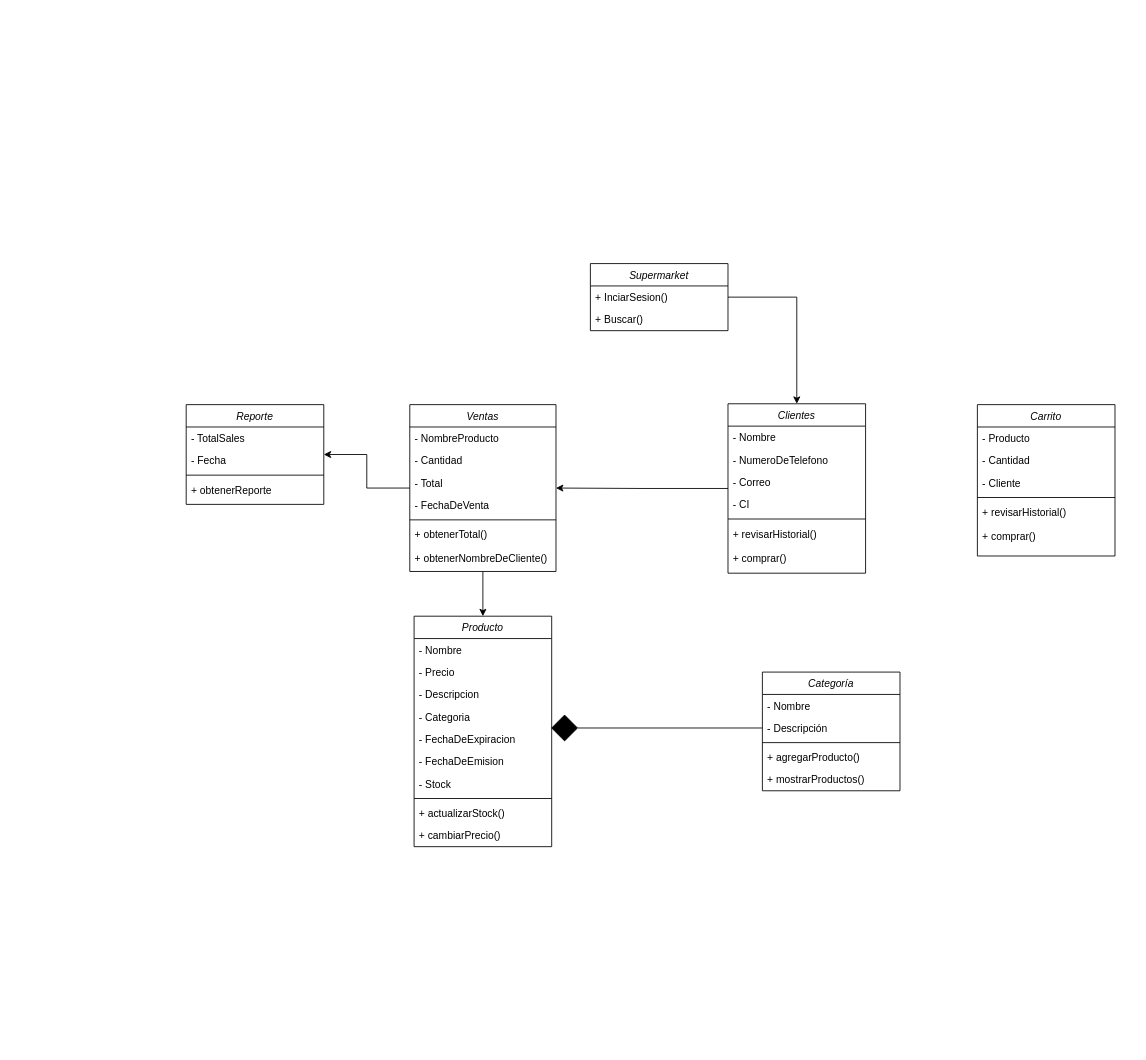
JorgeMartinezSanchez/Progra_II keeps this draw.io diagram as Diagrama sin título.drawio. Above is the earlier version. Source tidied: cells renumbered, new cells numbered last; positions are measured from the earlier drawing's top-left corner, leaving out a move shared by most shapes. Both pictures are drawn from the tidied source at 86%, with x=0, y=0 at pixel (186, 263).
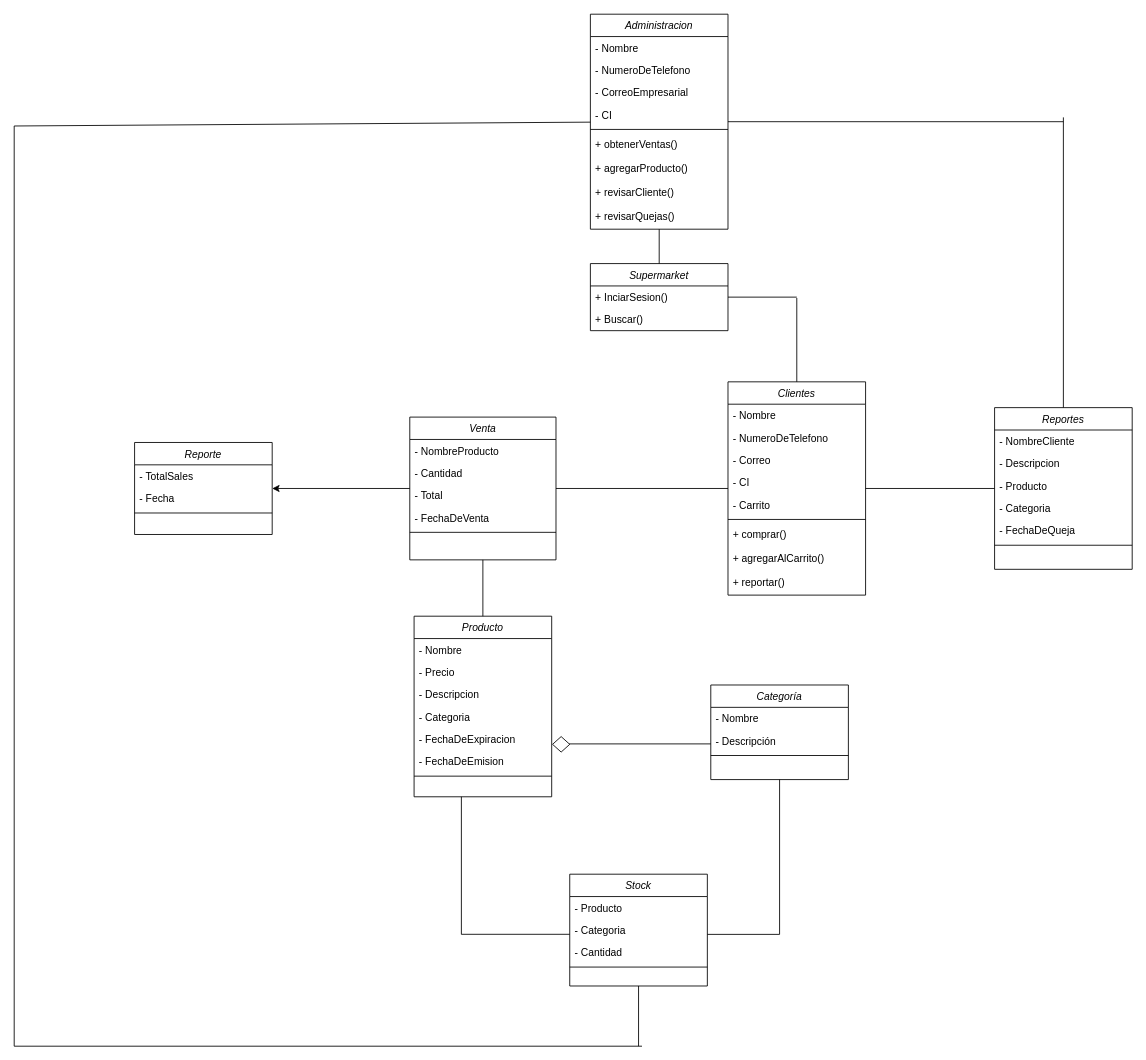
After the change.

The change refers to these unchanged cells:
```xml
<mxCell id="15" value="- Descripción" style="text;align=left;verticalAlign=top;spacingLeft=4;spacingRight=4;overflow=hidden;points=[[0,0.5],[1,0.5]];portConstraint=eastwest;" parent="13" vertex="1">
  <mxGeometry y="52" width="160" height="26" as="geometry" />
</mxCell>
<mxCell id="19" value="Supermarket" style="swimlane;fontStyle=2;align=center;verticalAlign=top;horizontal=1;startSize=26;rounded=0;shadow=0;strokeWidth=1;" parent="1" vertex="1">
  <mxGeometry x="470" width="160" height="78" as="geometry" />
</mxCell>
<mxCell id="20" value="+ InciarSesion()" style="text;align=left;verticalAlign=top;spacingLeft=4;spacingRight=4;overflow=hidden;points=[[0,0.5],[1,0.5]];portConstraint=eastwest;" parent="19" vertex="1">
  <mxGeometry y="26" width="160" height="26" as="geometry" />
</mxCell>
```

Diff of the diagram source:
```diff
@@
     <mxCell id="2" value="Producto" style="swimlane;fontStyle=2;align=center;verticalAlign=top;horizontal=1;startSize=26;rounded=0;shadow=0;strokeWidth=1;" parent="1" vertex="1">
-      <mxGeometry x="265" y="410" width="160" height="268" as="geometry" />
+      <mxGeometry x="265" y="410" width="160" height="210" as="geometry" />
     </mxCell>
@@
-    <mxCell id="9" value="- Stock" style="text;align=left;verticalAlign=top;spacingLeft=4;spacingRight=4;overflow=hidden;" parent="2" vertex="1">
-      <mxGeometry y="182" width="160" height="26" as="geometry" />
-    </mxCell>
     <mxCell id="10" style="line;html=1;strokeWidth=1;align=left;verticalAlign=middle;spacingTop=-1;spacingLeft=3;spacingRight=3;labelPosition=right;" parent="2" vertex="1">
-      <mxGeometry y="208" width="160" height="8" as="geometry" />
+      <mxGeometry y="182" width="160" height="8" as="geometry" />
     </mxCell>
-    <mxCell id="11" value="+ actualizarStock()" style="text;align=left;verticalAlign=top;spacingLeft=4;spacingRight=4;overflow=hidden;" parent="2" vertex="1">
-      <mxGeometry y="216" width="160" height="26" as="geometry" />
-    </mxCell>
-    <mxCell id="12" value="+ cambiarPrecio()" style="text;align=left;verticalAlign=top;spacingLeft=4;spacingRight=4;overflow=hidden;" parent="2" vertex="1">
-      <mxGeometry y="242" width="160" height="26" as="geometry" />
-    </mxCell>
     <mxCell id="13" value="Categoría" style="swimlane;fontStyle=2;align=center;verticalAlign=top;horizontal=1;startSize=26;rounded=0;shadow=0;strokeWidth=1;" parent="1" vertex="1">
-      <mxGeometry x="670" y="475" width="160" height="138" as="geometry" />
+      <mxGeometry x="610" y="490" width="160" height="110" as="geometry" />
     </mxCell>
@@
-    <mxCell id="17" value="+ agregarProducto()" style="text;align=left;verticalAlign=top;spacingLeft=4;spacingRight=4;overflow=hidden;" parent="13" vertex="1">
-      <mxGeometry y="86" width="160" height="26" as="geometry" />
-    </mxCell>
-    <mxCell id="18" value="+ mostrarProductos()" style="text;align=left;verticalAlign=top;spacingLeft=4;spacingRight=4;overflow=hidden;" parent="13" vertex="1">
-      <mxGeometry y="112" width="160" height="26" as="geometry" />
-    </mxCell>
@@
-    <mxCell id="22" style="edgeStyle=orthogonalEdgeStyle;rounded=0;jettySize=auto;html=1;" parent="1" edge="1" source="23" target="33">
-      <mxGeometry relative="1" as="geometry" />
-    </mxCell>
     <mxCell id="23" value="Clientes" style="swimlane;fontStyle=2;align=center;verticalAlign=top;horizontal=1;startSize=26;rounded=0;shadow=0;strokeWidth=1;" parent="1" vertex="1">
-      <mxGeometry x="630" y="163" width="160" height="197" as="geometry" />
+      <mxGeometry x="630" y="137.5" width="160" height="248" as="geometry" />
     </mxCell>
@@
+    <mxCell id="56" value="- Carrito" style="text;align=left;verticalAlign=top;spacingLeft=4;spacingRight=4;overflow=hidden;rounded=0;shadow=0;html=0;" parent="23" vertex="1">
+      <mxGeometry y="130" width="160" height="26" as="geometry" />
+    </mxCell>
     <mxCell id="28" style="line;html=1;strokeWidth=1;align=left;verticalAlign=middle;spacingTop=-1;spacingLeft=3;spacingRight=3;labelPosition=right;" parent="23" vertex="1">
-      <mxGeometry y="130" width="160" height="8" as="geometry" />
+      <mxGeometry y="156" width="160" height="8" as="geometry" />
     </mxCell>
-    <mxCell id="29" value="+ revisarHistorial()" style="text;align=left;verticalAlign=top;spacingLeft=4;spacingRight=4;overflow=hidden;" parent="23" vertex="1">
-      <mxGeometry y="138" width="160" height="28" as="geometry" />
-    </mxCell>
     <mxCell id="30" value="+ comprar()" style="text;align=left;verticalAlign=top;spacingLeft=4;spacingRight=4;overflow=hidden;" parent="23" vertex="1">
-      <mxGeometry y="166" width="160" height="28" as="geometry" />
+      <mxGeometry y="164" width="160" height="28" as="geometry" />
     </mxCell>
-    <mxCell id="31" style="edgeStyle=orthogonalEdgeStyle;rounded=0;jettySize=auto;html=1;" parent="1" edge="1" source="33" target="2">
-      <mxGeometry relative="1" as="geometry" />
-    </mxCell>
+    <mxCell id="57" value="+ agregarAlCarrito()" style="text;align=left;verticalAlign=top;spacingLeft=4;spacingRight=4;overflow=hidden;" parent="23" vertex="1">
+      <mxGeometry y="192" width="160" height="28" as="geometry" />
+    </mxCell>
+    <mxCell id="58" value="+ reportar()" style="text;align=left;verticalAlign=top;spacingLeft=4;spacingRight=4;overflow=hidden;" parent="23" vertex="1">
+      <mxGeometry y="220" width="160" height="28" as="geometry" />
+    </mxCell>
@@
-    <mxCell id="33" value="Ventas" style="swimlane;fontStyle=2;align=center;verticalAlign=top;horizontal=1;startSize=26;rounded=0;shadow=0;strokeWidth=1;" parent="1" vertex="1">
-      <mxGeometry x="260" y="164" width="170" height="194" as="geometry" />
+    <mxCell id="33" value="Venta" style="swimlane;fontStyle=2;align=center;verticalAlign=top;horizontal=1;startSize=26;rounded=0;shadow=0;strokeWidth=1;" parent="1" vertex="1">
+      <mxGeometry x="260" y="178.5" width="170" height="166" as="geometry" />
     </mxCell>
@@
-    <mxCell id="39" value="+ obtenerTotal()" style="text;align=left;verticalAlign=top;spacingLeft=4;spacingRight=4;overflow=hidden;" parent="33" vertex="1">
-      <mxGeometry y="138" width="170" height="28" as="geometry" />
-    </mxCell>
-    <mxCell id="40" value="+ obtenerNombreDeCliente()" style="text;align=left;verticalAlign=top;spacingLeft=4;spacingRight=4;overflow=hidden;" parent="33" vertex="1">
-      <mxGeometry y="166" width="170" height="28" as="geometry" />
-    </mxCell>
     <mxCell id="41" value="Reporte" style="swimlane;fontStyle=2;align=center;verticalAlign=top;horizontal=1;startSize=26;rounded=0;shadow=0;strokeWidth=1;" parent="1" vertex="1">
-      <mxGeometry y="164" width="160" height="116" as="geometry" />
+      <mxGeometry x="-60" y="208" width="160" height="107" as="geometry" />
     </mxCell>
@@
-    <mxCell id="45" value="+ obtenerReporte" style="text;align=left;verticalAlign=top;spacingLeft=4;spacingRight=4;overflow=hidden;" parent="41" vertex="1">
-      <mxGeometry y="86" width="160" height="28" as="geometry" />
-    </mxCell>
-    <mxCell id="46" style="edgeStyle=orthogonalEdgeStyle;rounded=0;jettySize=auto;html=1;" parent="1" edge="1" source="20" target="23">
-      <mxGeometry relative="1" as="geometry" />
-    </mxCell>
-    <mxCell id="47" style="rhombus;whiteSpace=wrap;html=1;fillStyle=solid;strokeColor=#000000;fontColor=#000000;gradientColor=none;gradientDirection=radial;fillColor=light-dark(#000000,#EDEDED);" parent="1" vertex="1">
-      <mxGeometry x="425" y="525" width="30" height="30" as="geometry" />
-    </mxCell>
-    <mxCell id="48" style="edgeStyle=orthogonalEdgeStyle;rounded=0;jettySize=auto;html=1;entryX=1;entryY=0.5;entryDx=0;entryDy=0;endArrow=none;" parent="1" edge="1" source="15" target="47">
-      <mxGeometry relative="1" as="geometry" />
-    </mxCell>
-    <mxCell id="49" value="Carrito" style="swimlane;fontStyle=2;align=center;verticalAlign=top;horizontal=1;startSize=26;rounded=0;shadow=0;strokeWidth=1;" parent="1" vertex="1">
-      <mxGeometry x="920" y="164" width="160" height="176" as="geometry" />
-    </mxCell>
+    <mxCell id="59" style="endArrow=none;html=1;rounded=0;" parent="1" edge="1" source="33" target="23">
+      <mxGeometry relative="1" as="geometry" />
+    </mxCell>
+    <mxCell id="60" style="endArrow=none;html=1;rounded=0;" parent="1" edge="1" source="19">
+      <mxGeometry relative="1" as="geometry">
+        <mxPoint x="710" y="39" as="targetPoint" />
+      </mxGeometry>
+    </mxCell>
+    <mxCell id="61" style="endArrow=none;html=1;rounded=0;" parent="1" edge="1" source="23">
+      <mxGeometry relative="1" as="geometry">
+        <mxPoint x="710" y="40" as="targetPoint" />
+      </mxGeometry>
+    </mxCell>
+    <mxCell id="62" style="endArrow=none;html=1;rounded=0;exitX=1;exitY=0.5;exitDx=0;exitDy=0;" parent="1" edge="1">
+      <mxGeometry relative="1" as="geometry">
+        <mxPoint x="445" y="558.5" as="sourcePoint" />
+        <mxPoint x="610" y="558.5" as="targetPoint" />
+      </mxGeometry>
+    </mxCell>
+    <mxCell id="63" style="rhombus;whiteSpace=wrap;html=1;fillColor=light-dark(#ffffff, #ededed);" parent="1" vertex="1">
+      <mxGeometry x="426" y="550" width="20" height="18" as="geometry" />
+    </mxCell>
+    <mxCell id="64" style="endArrow=none;html=1;rounded=0;exitX=0.5;exitY=0;exitDx=0;exitDy=0;" parent="1" edge="1" source="2" target="33">
+      <mxGeometry relative="1" as="geometry" />
+    </mxCell>
+    <mxCell id="65" value="Administracion" style="swimlane;fontStyle=2;align=center;verticalAlign=top;horizontal=1;startSize=26;rounded=0;shadow=0;strokeWidth=1;" parent="1" vertex="1">
+      <mxGeometry x="470" y="-290" width="160" height="250" as="geometry" />
+    </mxCell>
+    <mxCell id="66" value="- Nombre" style="text;align=left;verticalAlign=top;spacingLeft=4;spacingRight=4;overflow=hidden;" parent="65" vertex="1">
+      <mxGeometry y="26" width="160" height="26" as="geometry" />
+    </mxCell>
+    <mxCell id="67" value="- NumeroDeTelefono" style="text;align=left;verticalAlign=top;spacingLeft=4;spacingRight=4;overflow=hidden;rounded=0;shadow=0;html=0;" parent="65" vertex="1">
+      <mxGeometry y="52" width="160" height="26" as="geometry" />
+    </mxCell>
+    <mxCell id="68" value="- CorreoEmpresarial" style="text;align=left;verticalAlign=top;spacingLeft=4;spacingRight=4;overflow=hidden;rounded=0;shadow=0;html=0;" parent="65" vertex="1">
+      <mxGeometry y="78" width="160" height="26" as="geometry" />
+    </mxCell>
+    <mxCell id="69" value="- CI" style="text;align=left;verticalAlign=top;spacingLeft=4;spacingRight=4;overflow=hidden;rounded=0;shadow=0;html=0;" parent="65" vertex="1">
+      <mxGeometry y="104" width="160" height="26" as="geometry" />
+    </mxCell>
+    <mxCell id="70" style="line;html=1;strokeWidth=1;align=left;verticalAlign=middle;spacingTop=-1;spacingLeft=3;spacingRight=3;labelPosition=right;" parent="65" vertex="1">
+      <mxGeometry y="130" width="160" height="8" as="geometry" />
+    </mxCell>
+    <mxCell id="71" value="+ obtenerVentas()" style="text;align=left;verticalAlign=top;spacingLeft=4;spacingRight=4;overflow=hidden;" parent="65" vertex="1">
+      <mxGeometry y="138" width="160" height="28" as="geometry" />
+    </mxCell>
+    <mxCell id="17" value="+ agregarProducto()" style="text;align=left;verticalAlign=top;spacingLeft=4;spacingRight=4;overflow=hidden;" parent="65" vertex="1">
+      <mxGeometry y="166" width="160" height="28" as="geometry" />
+    </mxCell>
+    <mxCell id="72" value="+ revisarCliente()" style="text;align=left;verticalAlign=top;spacingLeft=4;spacingRight=4;overflow=hidden;" parent="65" vertex="1">
+      <mxGeometry y="194" width="160" height="28" as="geometry" />
+    </mxCell>
+    <mxCell id="73" value="+ revisarQuejas()" style="text;align=left;verticalAlign=top;spacingLeft=4;spacingRight=4;overflow=hidden;" parent="65" vertex="1">
+      <mxGeometry y="222" width="160" height="28" as="geometry" />
+    </mxCell>
+    <mxCell id="74" value="Stock" style="swimlane;fontStyle=2;align=center;verticalAlign=top;horizontal=1;startSize=26;rounded=0;shadow=0;strokeWidth=1;" parent="1" vertex="1">
+      <mxGeometry x="446" y="710" width="160" height="130" as="geometry" />
+    </mxCell>
-    <mxCell id="50" value="- Producto" style="text;align=left;verticalAlign=top;spacingLeft=4;spacingRight=4;overflow=hidden;" parent="49" vertex="1">
+    <mxCell id="50" value="- Producto" style="text;align=left;verticalAlign=top;spacingLeft=4;spacingRight=4;overflow=hidden;" parent="74" vertex="1">
       <mxGeometry y="26" width="160" height="26" as="geometry" />
     </mxCell>
+    <mxCell id="75" value="- Categoria" style="text;align=left;verticalAlign=top;spacingLeft=4;spacingRight=4;overflow=hidden;" parent="74" vertex="1">
+      <mxGeometry y="52" width="160" height="26" as="geometry" />
+    </mxCell>
-    <mxCell id="51" value="- Cantidad" style="text;align=left;verticalAlign=top;spacingLeft=4;spacingRight=4;overflow=hidden;rounded=0;shadow=0;html=0;" parent="49" vertex="1">
-      <mxGeometry y="52" width="160" height="26" as="geometry" />
+    <mxCell id="51" value="- Cantidad" style="text;align=left;verticalAlign=top;spacingLeft=4;spacingRight=4;overflow=hidden;rounded=0;shadow=0;html=0;" parent="74" vertex="1">
+      <mxGeometry y="78" width="160" height="26" as="geometry" />
     </mxCell>
-    <mxCell id="52" value="- Cliente" style="text;align=left;verticalAlign=top;spacingLeft=4;spacingRight=4;overflow=hidden;rounded=0;shadow=0;html=0;" parent="49" vertex="1">
-      <mxGeometry y="78" width="160" height="26" as="geometry" />
-    </mxCell>
-    <mxCell id="53" style="line;html=1;strokeWidth=1;align=left;verticalAlign=middle;spacingTop=-1;spacingLeft=3;spacingRight=3;labelPosition=right;" parent="49" vertex="1">
+    <mxCell id="53" style="line;html=1;strokeWidth=1;align=left;verticalAlign=middle;spacingTop=-1;spacingLeft=3;spacingRight=3;labelPosition=right;" parent="74" vertex="1">
       <mxGeometry y="104" width="160" height="8" as="geometry" />
     </mxCell>
-    <mxCell id="54" value="+ revisarHistorial()" style="text;align=left;verticalAlign=top;spacingLeft=4;spacingRight=4;overflow=hidden;" parent="49" vertex="1">
-      <mxGeometry y="112" width="160" height="28" as="geometry" />
-    </mxCell>
-    <mxCell id="55" value="+ comprar()" style="text;align=left;verticalAlign=top;spacingLeft=4;spacingRight=4;overflow=hidden;" parent="49" vertex="1">
-      <mxGeometry y="140" width="160" height="28" as="geometry" />
-    </mxCell>
+    <mxCell id="76" style="endArrow=none;html=1;rounded=0;" parent="1" edge="1">
+      <mxGeometry relative="1" as="geometry">
+        <mxPoint x="320" y="779.9" as="sourcePoint" />
+        <mxPoint x="446" y="779.9" as="targetPoint" />
+      </mxGeometry>
+    </mxCell>
+    <mxCell id="77" style="endArrow=none;html=1;rounded=0;" parent="1" edge="1">
+      <mxGeometry relative="1" as="geometry">
+        <mxPoint x="320" y="780" as="sourcePoint" />
+        <mxPoint x="320" y="620" as="targetPoint" />
+      </mxGeometry>
+    </mxCell>
+    <mxCell id="78" style="endArrow=none;html=1;rounded=0;" parent="1" edge="1">
+      <mxGeometry relative="1" as="geometry">
+        <mxPoint x="606" y="780" as="sourcePoint" />
+        <mxPoint x="690" y="780" as="targetPoint" />
+      </mxGeometry>
+    </mxCell>
+    <mxCell id="79" style="endArrow=none;html=1;rounded=0;" parent="1" edge="1">
+      <mxGeometry relative="1" as="geometry">
+        <mxPoint x="690" y="780" as="sourcePoint" />
+        <mxPoint x="690" y="600" as="targetPoint" />
+      </mxGeometry>
+    </mxCell>
+    <mxCell id="80" value="Reportes" style="swimlane;fontStyle=2;align=center;verticalAlign=top;horizontal=1;startSize=26;rounded=0;shadow=0;strokeWidth=1;" parent="1" vertex="1">
+      <mxGeometry x="940" y="167.5" width="160" height="188" as="geometry" />
+    </mxCell>
+    <mxCell id="81" value="- NombreCliente" style="text;align=left;verticalAlign=top;spacingLeft=4;spacingRight=4;overflow=hidden;" parent="80" vertex="1">
+      <mxGeometry y="26" width="160" height="26" as="geometry" />
+    </mxCell>
+    <mxCell id="82" value="- Descripcion" style="text;align=left;verticalAlign=top;spacingLeft=4;spacingRight=4;overflow=hidden;rounded=0;shadow=0;html=0;" parent="80" vertex="1">
+      <mxGeometry y="52" width="160" height="26" as="geometry" />
+    </mxCell>
+    <mxCell id="83" value="- Producto" style="text;align=left;verticalAlign=top;spacingLeft=4;spacingRight=4;overflow=hidden;rounded=0;shadow=0;html=0;" parent="80" vertex="1">
+      <mxGeometry y="78" width="160" height="26" as="geometry" />
+    </mxCell>
+    <mxCell id="84" value="- Categoria" style="text;align=left;verticalAlign=top;spacingLeft=4;spacingRight=4;overflow=hidden;rounded=0;shadow=0;html=0;" parent="80" vertex="1">
+      <mxGeometry y="104" width="160" height="26" as="geometry" />
+    </mxCell>
+    <mxCell id="85" value="- FechaDeQueja&#10;" style="text;align=left;verticalAlign=top;spacingLeft=4;spacingRight=4;overflow=hidden;rounded=0;shadow=0;html=0;" parent="80" vertex="1">
+      <mxGeometry y="130" width="160" height="26" as="geometry" />
+    </mxCell>
+    <mxCell id="86" style="line;html=1;strokeWidth=1;align=left;verticalAlign=middle;spacingTop=-1;spacingLeft=3;spacingRight=3;labelPosition=right;" parent="80" vertex="1">
+      <mxGeometry y="156" width="160" height="8" as="geometry" />
+    </mxCell>
+    <mxCell id="87" style="endArrow=none;html=1;rounded=0;" parent="1" edge="1" source="23" target="80">
+      <mxGeometry relative="1" as="geometry" />
+    </mxCell>
+    <mxCell id="88" style="endArrow=none;html=1;rounded=0;" parent="1" edge="1" source="80">
+      <mxGeometry relative="1" as="geometry">
+        <mxPoint x="1020" y="-170" as="targetPoint" />
+      </mxGeometry>
+    </mxCell>
+    <mxCell id="89" style="endArrow=none;html=1;rounded=0;" parent="1" edge="1" source="65">
+      <mxGeometry relative="1" as="geometry">
+        <mxPoint x="1020" y="-165" as="targetPoint" />
+      </mxGeometry>
+    </mxCell>
+    <mxCell id="90" style="endArrow=none;html=1;rounded=0;" parent="1" edge="1" target="65">
+      <mxGeometry relative="1" as="geometry">
+        <mxPoint x="-200" y="-160" as="sourcePoint" />
+      </mxGeometry>
+    </mxCell>
+    <mxCell id="91" style="endArrow=none;html=1;rounded=0;" parent="1" edge="1">
+      <mxGeometry relative="1" as="geometry">
+        <mxPoint x="-200" y="910" as="sourcePoint" />
+        <mxPoint x="-200" y="-160" as="targetPoint" />
+      </mxGeometry>
+    </mxCell>
+    <mxCell id="92" style="endArrow=none;html=1;rounded=0;endSize=12;" parent="1" edge="1">
+      <mxGeometry relative="1" as="geometry">
+        <mxPoint x="-200" y="910" as="sourcePoint" />
+        <mxPoint x="530" y="910" as="targetPoint" />
+      </mxGeometry>
+    </mxCell>
+    <mxCell id="93" style="endArrow=none;html=1;rounded=0;" parent="1" edge="1" target="74">
+      <mxGeometry relative="1" as="geometry">
+        <mxPoint x="526" y="910" as="sourcePoint" />
+      </mxGeometry>
+    </mxCell>
+    <mxCell id="94" style="endArrow=none;html=1;rounded=0;" parent="1" edge="1" source="19" target="65">
+      <mxGeometry relative="1" as="geometry" />
+    </mxCell>
```
